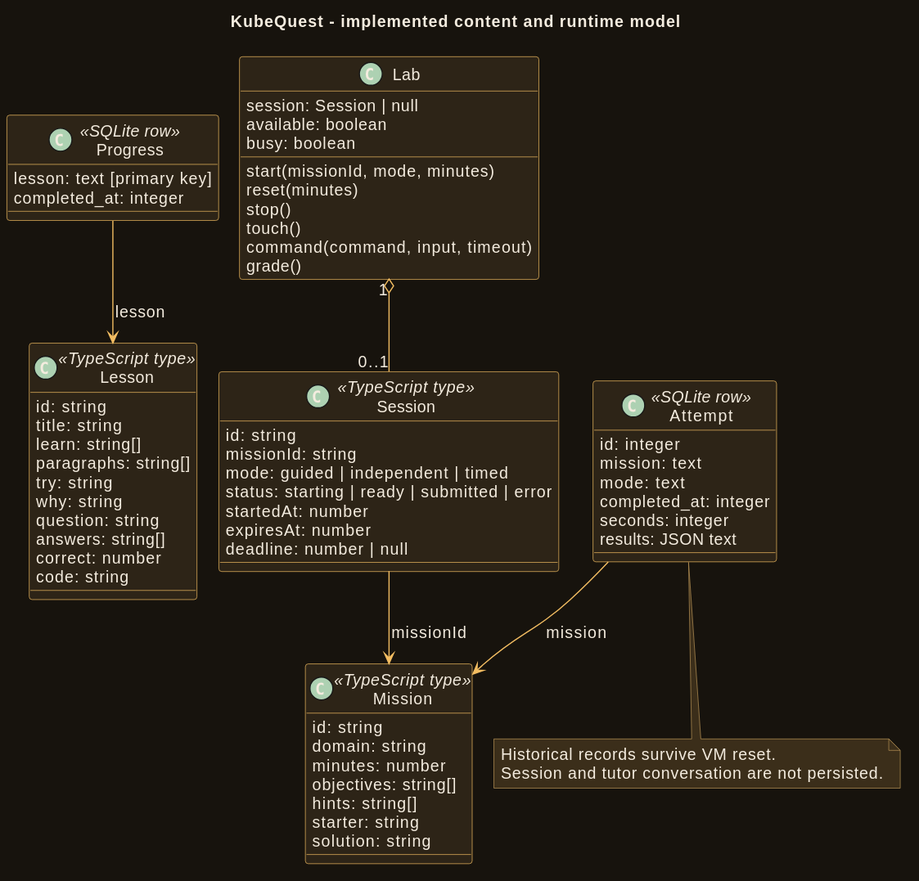
Before: diagrams/class.svg, a diagram exported from PlantUML (ramideltoro/kubequest-wiki). Its source is kept beside it as diagrams/class.puml. Source of this version:
```plantuml
@startuml
!pragma layout smetana
skinparam backgroundColor #17130D
skinparam defaultFontName SansSerif
skinparam defaultFontSize 14
skinparam defaultFontColor #F4ECDF
skinparam shadowing false
skinparam ArrowColor #F3BD62
skinparam LineColor #F3BD62
skinparam BorderColor #F3BD62
skinparam defaultBackgroundColor #2D2417
skinparam classBackgroundColor #2D2417
skinparam classBorderColor #F3BD62
skinparam classFontColor #F4ECDF
skinparam componentBackgroundColor #2D2417
skinparam componentBorderColor #F3BD62
skinparam componentFontColor #F4ECDF
skinparam nodeBackgroundColor #2D2417
skinparam nodeBorderColor #F3BD62
skinparam nodeFontColor #F4ECDF
skinparam packageBackgroundColor #2D2417
skinparam packageBorderColor #F3BD62
skinparam packageFontColor #F4ECDF
skinparam rectangleBackgroundColor #2D2417
skinparam rectangleBorderColor #F3BD62
skinparam rectangleFontColor #F4ECDF
skinparam databaseBackgroundColor #2D2417
skinparam databaseBorderColor #F3BD62
skinparam databaseFontColor #F4ECDF
skinparam cloudBackgroundColor #2D2417
skinparam cloudBorderColor #F3BD62
skinparam cloudFontColor #F4ECDF
skinparam artifactBackgroundColor #2D2417
skinparam artifactBorderColor #F3BD62
skinparam artifactFontColor #F4ECDF
skinparam objectBackgroundColor #2D2417
skinparam objectBorderColor #F3BD62
skinparam objectFontColor #F4ECDF
skinparam stateBackgroundColor #2D2417
skinparam stateBorderColor #F3BD62
skinparam stateFontColor #F4ECDF
skinparam activityBackgroundColor #2D2417
skinparam activityBorderColor #F3BD62
skinparam activityFontColor #F4ECDF
skinparam actorBackgroundColor #2D2417
skinparam actorBorderColor #F3BD62
skinparam actorFontColor #F4ECDF
skinparam usecaseBackgroundColor #2D2417
skinparam usecaseBorderColor #F3BD62
skinparam usecaseFontColor #F4ECDF
skinparam interfaceBackgroundColor #2D2417
skinparam interfaceBorderColor #F3BD62
skinparam interfaceFontColor #F4ECDF
skinparam participantBackgroundColor #2D2417
skinparam participantBorderColor #F3BD62
skinparam participantFontColor #F4ECDF
skinparam classAttributeIconSize 0
skinparam NoteBackgroundColor #3B2E1A
skinparam NoteBorderColor #BB9658
skinparam NoteFontColor #F4ECDF
skinparam sequenceLifeLineBorderColor #BB9658
skinparam sequenceLifeLineBackgroundColor #221C13
skinparam sequenceGroupBackgroundColor #221C13
skinparam sequenceGroupHeaderFontColor #F4ECDF
skinparam sequenceGroupBodyBackgroundColor #221C13
skinparam sequenceDividerBackgroundColor #2D2417
skinparam sequenceDividerFontColor #F4ECDF
skinparam activityDiamondBackgroundColor #3B2E1A
skinparam activityStartColor #F3BD62
skinparam activityEndColor #F3BD62
title KubeQuest - implemented content and runtime model
class Lesson <<TypeScript type>> {
 id: string
 title: string
 learn: string[]
 paragraphs: string[]
 try: string
 why: string
 question: string
 answers: string[]
 correct: number
 code: string
}
class Mission <<TypeScript type>> {
 id: string
 domain: string
 minutes: number
 objectives: string[]
 hints: string[]
 starter: string
 solution: string
}
class Session <<TypeScript type>> {
 id: string
 missionId: string
 mode: guided | independent | timed
 status: starting | ready | submitted | error
 startedAt: number
 expiresAt: number
 deadline: number | null
}
class Lab {
 session: Session | null
 available: boolean
 busy: boolean
 start(missionId, mode, minutes)
 reset(minutes)
 stop()
 touch()
 command(command, input, timeout)
 grade()
}
class Attempt <<SQLite row>> {
 id: integer
 mission: text
 mode: text
 completed_at: integer
 seconds: integer
 results: JSON text
}
class Progress <<SQLite row>> {
 lesson: text [primary key]
 completed_at: integer
}
Lab "1" o-- "0..1" Session
Session --> Mission : missionId
Attempt --> Mission : mission
Progress --> Lesson : lesson
note bottom of Attempt
Historical records survive VM reset.
Session and tutor conversation are not persisted.
end note
@enduml
```
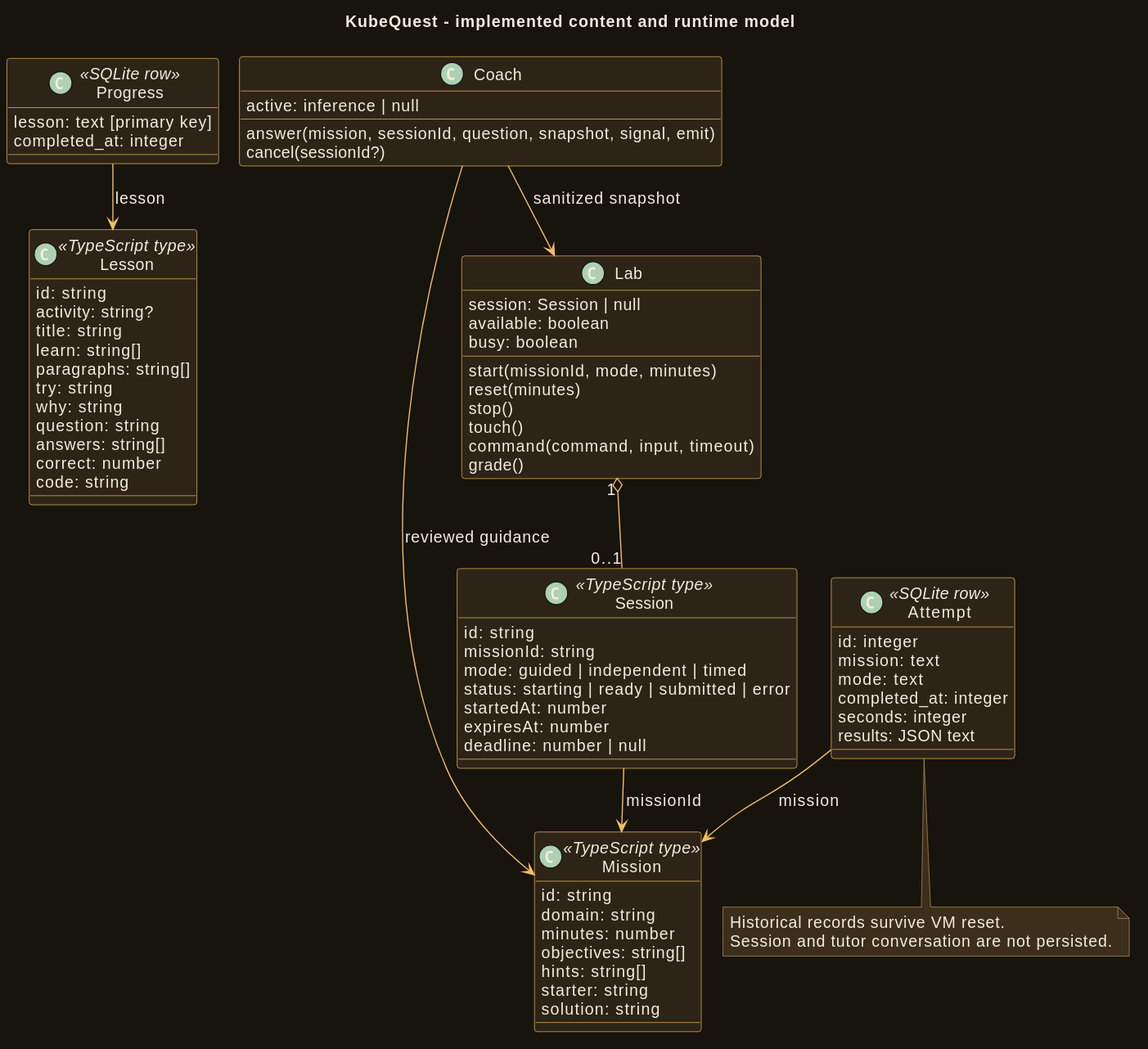
The same file after the commit.

What changed in the source:
```diff
@@ -71,6 +71,7 @@
 title KubeQuest - implemented content and runtime model
 class Lesson <<TypeScript type>> {
  id: string
+ activity: string?
  title: string
  learn: string[]
  paragraphs: string[]
@@ -122,6 +123,13 @@
  lesson: text [primary key]
  completed_at: integer
 }
+class Coach {
+ active: inference | null
+ answer(mission, sessionId, question, snapshot, signal, emit)
+ cancel(sessionId?)
+}
+Coach --> Mission : reviewed guidance
+Coach --> Lab : sanitized snapshot
 Lab "1" o-- "0..1" Session
 Session --> Mission : missionId
 Attempt --> Mission : mission
```
